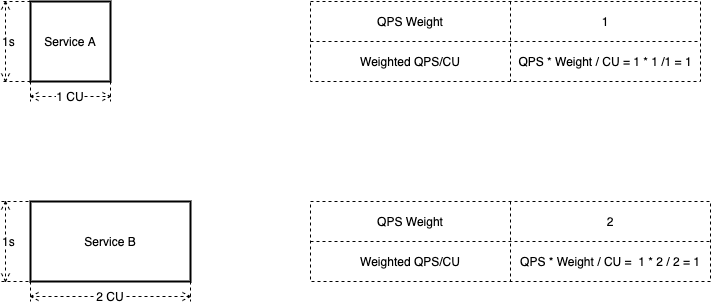
chenjianjx/cjx-diagrams keeps this draw.io diagram as 2021-11-how-independent-scaling-helps-with-performance/with-minimum-rt/capacity-units-with-minimum.drawio.png. Above is the earlier version. Source tidied: cells renumbered, new cells last; positions are measured from the earlier drawing's top-left corner, leaving out a move shared by most shapes. The source it was exported from:
```xml
<mxGraphModel>
  <root>
    <mxCell id="0" />
    <mxCell id="1" parent="0" />
    <mxCell id="2" value="Service A" style="rounded=0;whiteSpace=wrap;html=1;strokeWidth=2;" parent="1" vertex="1">
      <mxGeometry x="30" width="80" height="80" as="geometry" />
    </mxCell>
    <mxCell id="3" value="1 CU" style="shape=dimension;whiteSpace=wrap;html=1;align=center;verticalAlign=bottom;spacingBottom=-5;labelBackgroundColor=#ffffff;dashed=1;" parent="1" vertex="1">
      <mxGeometry x="30" y="20" width="80" height="80" as="geometry" />
    </mxCell>
    <mxCell id="4" value="1s" style="shape=dimension;direction=south;whiteSpace=wrap;html=1;align=left;verticalAlign=middle;labelBackgroundColor=#ffffff;dashed=1;" parent="1" vertex="1">
      <mxGeometry width="30" height="80" as="geometry" />
    </mxCell>
    <mxCell id="5" value="Service B" style="rounded=0;whiteSpace=wrap;html=1;strokeWidth=2;" parent="1" vertex="1">
      <mxGeometry x="30" y="200" width="160" height="80" as="geometry" />
    </mxCell>
    <mxCell id="6" value="2 CU" style="shape=dimension;whiteSpace=wrap;html=1;align=center;verticalAlign=bottom;spacingBottom=-5;labelBackgroundColor=#ffffff;dashed=1;" parent="1" vertex="1">
      <mxGeometry x="30" y="280" width="160" height="20" as="geometry" />
    </mxCell>
    <mxCell id="7" value="1s" style="shape=dimension;direction=south;whiteSpace=wrap;html=1;align=left;verticalAlign=middle;labelBackgroundColor=#ffffff;dashed=1;" parent="1" vertex="1">
      <mxGeometry y="200" width="40" height="80" as="geometry" />
    </mxCell>
    <mxCell id="8" style="shape=table;html=1;whiteSpace=wrap;startSize=0;dashed=1;verticalAlign=bottom;" parent="1" vertex="1">
      <mxGeometry x="310" width="390" height="80" as="geometry" />
    </mxCell>
    <mxCell id="9" style="shape=partialRectangle;html=1;whiteSpace=wrap;fillColor=none;top=0;left=0;bottom=0;right=0;" parent="8" vertex="1">
      <mxGeometry width="390" height="40" as="geometry" />
    </mxCell>
    <mxCell id="10" value="&lt;span&gt;QPS Weight&lt;/span&gt;" style="shape=partialRectangle;html=1;whiteSpace=wrap;fillColor=none;top=0;left=0;bottom=0;right=0;overflow=hidden;" parent="9" vertex="1">
      <mxGeometry width="200" height="40" as="geometry" />
    </mxCell>
    <mxCell id="11" value="&lt;span&gt;1&lt;/span&gt;" style="shape=partialRectangle;html=1;whiteSpace=wrap;fillColor=none;top=0;left=0;bottom=0;right=0;overflow=hidden;" parent="9" vertex="1">
      <mxGeometry x="200" width="190" height="40" as="geometry" />
    </mxCell>
    <mxCell id="12" style="shape=partialRectangle;html=1;whiteSpace=wrap;fillColor=none;top=0;left=0;bottom=0;right=0;" parent="8" vertex="1">
      <mxGeometry y="40" width="390" height="40" as="geometry" />
    </mxCell>
    <mxCell id="13" value="Weighted QPS/CU" style="shape=partialRectangle;html=1;whiteSpace=wrap;fillColor=none;top=0;left=0;bottom=0;right=0;overflow=hidden;" parent="12" vertex="1">
      <mxGeometry width="200" height="40" as="geometry" />
    </mxCell>
    <mxCell id="14" value="QPS * Weight / CU = 1 * 1 /1 = 1" style="shape=partialRectangle;html=1;whiteSpace=wrap;fillColor=none;top=0;left=0;bottom=0;right=0;overflow=hidden;" parent="12" vertex="1">
      <mxGeometry x="200" width="190" height="40" as="geometry" />
    </mxCell>
    <mxCell id="15" style="shape=table;html=1;whiteSpace=wrap;startSize=0;dashed=1;verticalAlign=bottom;" parent="1" vertex="1">
      <mxGeometry x="310" y="200" width="400" height="80" as="geometry" />
    </mxCell>
    <mxCell id="16" style="shape=partialRectangle;html=1;whiteSpace=wrap;fillColor=none;top=0;left=0;bottom=0;right=0;" parent="15" vertex="1">
      <mxGeometry width="400" height="40" as="geometry" />
    </mxCell>
    <mxCell id="17" value="&lt;span&gt;QPS Weight&lt;/span&gt;" style="shape=partialRectangle;html=1;whiteSpace=wrap;fillColor=none;top=0;left=0;bottom=0;right=0;overflow=hidden;" parent="16" vertex="1">
      <mxGeometry width="200" height="40" as="geometry" />
    </mxCell>
    <mxCell id="18" value="&lt;span&gt;2&lt;/span&gt;" style="shape=partialRectangle;html=1;whiteSpace=wrap;fillColor=none;top=0;left=0;bottom=0;right=0;overflow=hidden;" parent="16" vertex="1">
      <mxGeometry x="200" width="200" height="40" as="geometry" />
    </mxCell>
    <mxCell id="19" style="shape=partialRectangle;html=1;whiteSpace=wrap;fillColor=none;top=0;left=0;bottom=0;right=0;" parent="15" vertex="1">
      <mxGeometry y="40" width="400" height="40" as="geometry" />
    </mxCell>
    <mxCell id="20" value="Weighted QPS/CU" style="shape=partialRectangle;html=1;whiteSpace=wrap;fillColor=none;top=0;left=0;bottom=0;right=0;overflow=hidden;" parent="19" vertex="1">
      <mxGeometry width="200" height="40" as="geometry" />
    </mxCell>
    <mxCell id="21" value="QPS * Weight / CU =&amp;nbsp; 1 * 2 / 2 = 1" style="shape=partialRectangle;html=1;whiteSpace=wrap;fillColor=none;top=0;left=0;bottom=0;right=0;overflow=hidden;" parent="19" vertex="1">
      <mxGeometry x="200" width="200" height="40" as="geometry" />
    </mxCell>
  </root>
</mxGraphModel>
```
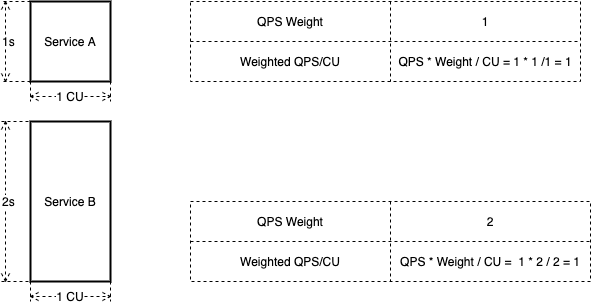
After the commit.

What changed in the source:
```diff
@@ -12,16 +12,16 @@
       <mxGeometry width="30" height="80" as="geometry" />
     </mxCell>
     <mxCell id="5" value="Service B" style="rounded=0;whiteSpace=wrap;html=1;strokeWidth=2;" parent="1" vertex="1">
-      <mxGeometry x="30" y="200" width="160" height="80" as="geometry" />
+      <mxGeometry x="30" y="120" width="80" height="160" as="geometry" />
     </mxCell>
-    <mxCell id="6" value="2 CU" style="shape=dimension;whiteSpace=wrap;html=1;align=center;verticalAlign=bottom;spacingBottom=-5;labelBackgroundColor=#ffffff;dashed=1;" parent="1" vertex="1">
-      <mxGeometry x="30" y="280" width="160" height="20" as="geometry" />
+    <mxCell id="6" value="1 CU" style="shape=dimension;whiteSpace=wrap;html=1;align=center;verticalAlign=bottom;spacingBottom=-5;labelBackgroundColor=#ffffff;dashed=1;" parent="1" vertex="1">
+      <mxGeometry x="30" y="280" width="80" height="20" as="geometry" />
     </mxCell>
-    <mxCell id="7" value="1s" style="shape=dimension;direction=south;whiteSpace=wrap;html=1;align=left;verticalAlign=middle;labelBackgroundColor=#ffffff;dashed=1;" parent="1" vertex="1">
-      <mxGeometry y="200" width="40" height="80" as="geometry" />
+    <mxCell id="7" value="2s" style="shape=dimension;direction=south;whiteSpace=wrap;html=1;align=left;verticalAlign=middle;labelBackgroundColor=#ffffff;dashed=1;" parent="1" vertex="1">
+      <mxGeometry y="120" width="40" height="160" as="geometry" />
     </mxCell>
     <mxCell id="8" style="shape=table;html=1;whiteSpace=wrap;startSize=0;dashed=1;verticalAlign=bottom;" parent="1" vertex="1">
-      <mxGeometry x="310" width="390" height="80" as="geometry" />
+      <mxGeometry x="190" width="390" height="80" as="geometry" />
     </mxCell>
     <mxCell id="9" style="shape=partialRectangle;html=1;whiteSpace=wrap;fillColor=none;top=0;left=0;bottom=0;right=0;" parent="8" vertex="1">
       <mxGeometry width="390" height="40" as="geometry" />
@@ -42,7 +42,7 @@
       <mxGeometry x="200" width="190" height="40" as="geometry" />
     </mxCell>
     <mxCell id="15" style="shape=table;html=1;whiteSpace=wrap;startSize=0;dashed=1;verticalAlign=bottom;" parent="1" vertex="1">
-      <mxGeometry x="310" y="200" width="400" height="80" as="geometry" />
+      <mxGeometry x="190" y="200" width="400" height="80" as="geometry" />
     </mxCell>
     <mxCell id="16" style="shape=partialRectangle;html=1;whiteSpace=wrap;fillColor=none;top=0;left=0;bottom=0;right=0;" parent="15" vertex="1">
       <mxGeometry width="400" height="40" as="geometry" />
```
